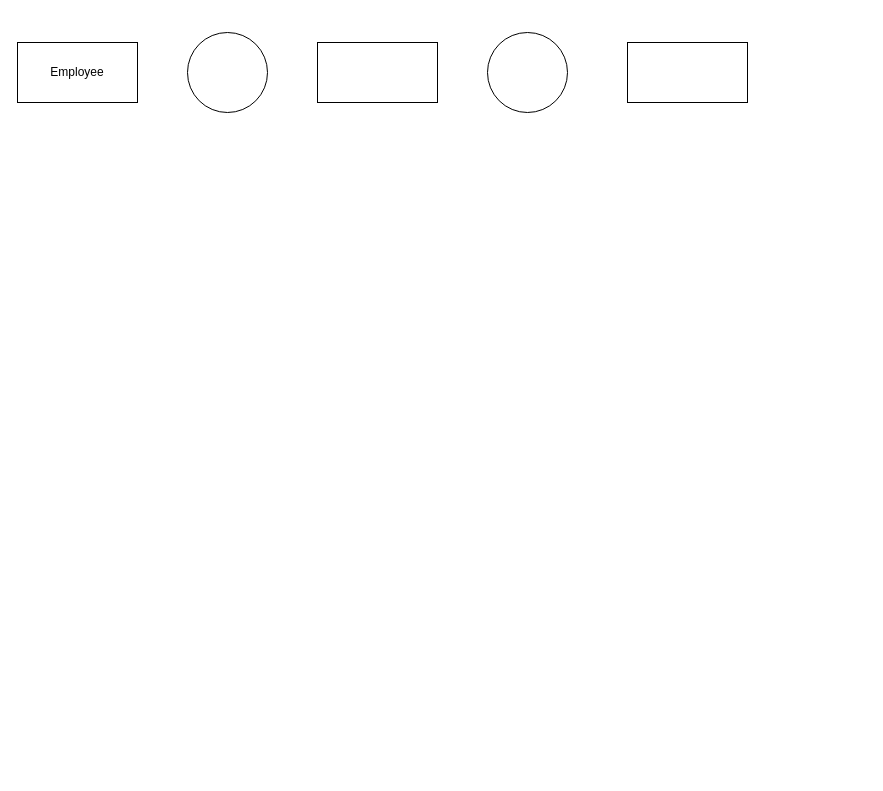
Above: DFD medical.drawio in jezreelkosasih/diagram (draw.io), before the change. Source tidied: cells renumbered, new cells numbered last; positions are measured from the earlier drawing's top-left corner, leaving out a move shared by most shapes. Both pictures are drawn from the tidied source at 100%, with x=0, y=0 at pixel (17, 32).
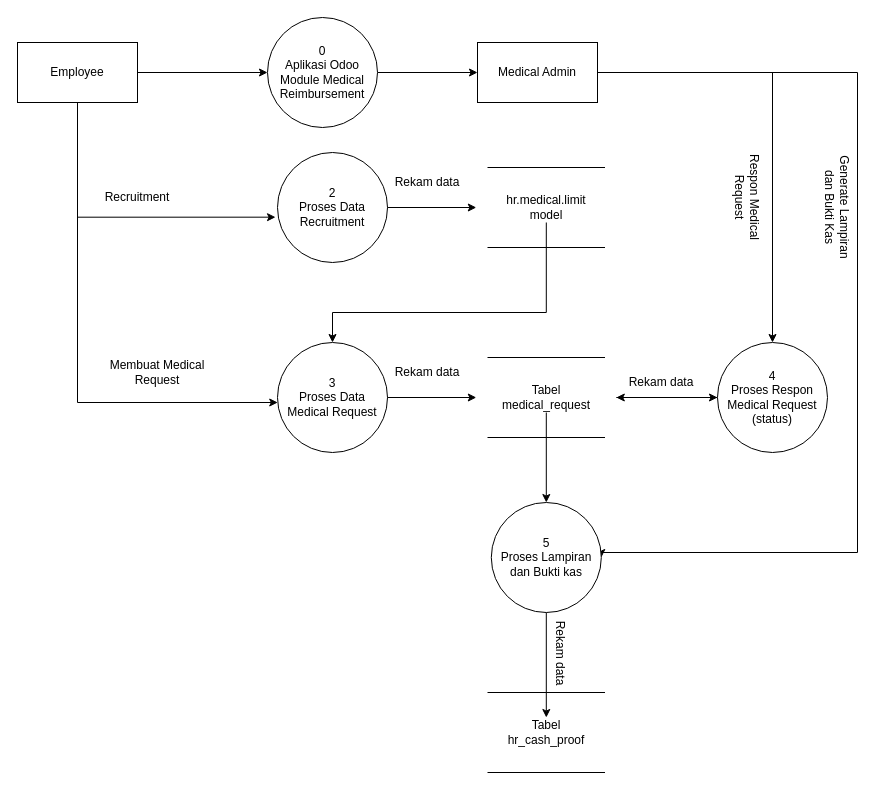
The same page after the edit.

The change refers to these unchanged cells:
```xml
<mxCell id="2" value="Employee" style="rounded=0;whiteSpace=wrap;html=1;" parent="1" vertex="1">
  <mxGeometry y="10" width="120" height="60" as="geometry" />
</mxCell>
```

Change to the diagram source:
```diff
@@
+    <mxCell id="7" style="edgeStyle=orthogonalEdgeStyle;rounded=0;jettySize=auto;html=1;" parent="1" edge="1" source="2" target="3">
+      <mxGeometry relative="1" as="geometry" />
+    </mxCell>
+    <mxCell id="8" style="edgeStyle=orthogonalEdgeStyle;rounded=0;jettySize=auto;html=1;entryX=-0.018;entryY=0.588;entryDx=0;entryDy=0;entryPerimeter=0;" parent="1" edge="1" source="2" target="13">
+      <mxGeometry relative="1" as="geometry">
+        <Array as="points">
+          <mxPoint x="60" y="185" />
+        </Array>
+      </mxGeometry>
+    </mxCell>
@@
+    <mxCell id="9" style="edgeStyle=orthogonalEdgeStyle;rounded=0;jettySize=auto;html=1;" parent="1" edge="1" source="3" target="4">
+      <mxGeometry relative="1" as="geometry" />
+    </mxCell>
-    <mxCell id="3" style="ellipse;whiteSpace=wrap;html=1;" parent="1" vertex="1">
-      <mxGeometry x="170" width="80" height="80" as="geometry" />
+    <mxCell id="3" value="0&lt;br&gt;Aplikasi Odoo Module Medical Reimbursement" style="ellipse;whiteSpace=wrap;html=1;" parent="1" vertex="1">
+      <mxGeometry x="250" y="-15" width="110" height="110" as="geometry" />
     </mxCell>
+    <mxCell id="10" style="edgeStyle=orthogonalEdgeStyle;rounded=0;jettySize=auto;html=1;" parent="1" edge="1" source="4" target="32">
+      <mxGeometry relative="1" as="geometry" />
+    </mxCell>
+    <mxCell id="11" style="edgeStyle=orthogonalEdgeStyle;rounded=0;jettySize=auto;html=1;entryX=1;entryY=0.5;entryDx=0;entryDy=0;" parent="1" edge="1" source="4" target="36">
+      <mxGeometry relative="1" as="geometry">
+        <Array as="points">
+          <mxPoint x="840" y="40" />
+          <mxPoint x="840" y="520" />
+          <mxPoint x="584" y="520" />
+        </Array>
+      </mxGeometry>
+    </mxCell>
-    <mxCell id="4" style="rounded=0;whiteSpace=wrap;html=1;" parent="1" vertex="1">
-      <mxGeometry x="300" y="10" width="120" height="60" as="geometry" />
+    <mxCell id="4" value="Medical Admin" style="rounded=0;whiteSpace=wrap;html=1;" parent="1" vertex="1">
+      <mxGeometry x="460" y="10" width="120" height="60" as="geometry" />
     </mxCell>
-    <mxCell id="5" style="ellipse;whiteSpace=wrap;html=1;" parent="1" vertex="1">
-      <mxGeometry x="470" width="80" height="80" as="geometry" />
-    </mxCell>
-    <mxCell id="6" style="rounded=0;whiteSpace=wrap;html=1;" parent="1" vertex="1">
-      <mxGeometry x="610" y="10" width="120" height="60" as="geometry" />
-    </mxCell>
+    <mxCell id="12" style="group;" parent="1" vertex="1">
+      <mxGeometry x="10" y="120" width="588.8" height="110" as="geometry" />
+    </mxCell>
+    <mxCell id="13" value="2&lt;br&gt;Proses Data Recruitment" style="ellipse;whiteSpace=wrap;html=1;" parent="12" vertex="1">
+      <mxGeometry x="250" width="110" height="110" as="geometry" />
+    </mxCell>
+    <mxCell id="14" style="group;" parent="12" vertex="1">
+      <mxGeometry x="460" y="15" width="128.8" height="80" as="geometry" />
+    </mxCell>
+    <mxCell id="15" style="endArrow=none;html=1;rounded=0;" parent="14" edge="1">
+      <mxGeometry relative="1" as="geometry">
+        <mxPoint as="sourcePoint" />
+        <mxPoint x="117.5" as="targetPoint" />
+      </mxGeometry>
+    </mxCell>
+    <mxCell id="16" style="endArrow=none;html=1;rounded=0;" parent="14" edge="1">
+      <mxGeometry relative="1" as="geometry">
+        <mxPoint y="80" as="sourcePoint" />
+        <mxPoint x="117.5" y="80" as="targetPoint" />
+      </mxGeometry>
+    </mxCell>
+    <mxCell id="17" value="hr.medical.limit&lt;br&gt;model" style="text;html=1;strokeColor=none;fillColor=none;align=center;verticalAlign=middle;whiteSpace=wrap;rounded=0;" parent="14" vertex="1">
+      <mxGeometry x="-11.2" y="25" width="140" height="30" as="geometry" />
+    </mxCell>
+    <mxCell id="18" style="edgeStyle=orthogonalEdgeStyle;rounded=0;jettySize=auto;html=1;entryX=0;entryY=0.5;entryDx=0;entryDy=0;" parent="12" edge="1" source="13" target="17">
+      <mxGeometry relative="1" as="geometry" />
+    </mxCell>
+    <mxCell id="19" value="Rekam data" style="text;html=1;strokeColor=none;fillColor=none;align=center;verticalAlign=middle;whiteSpace=wrap;rounded=0;" parent="12" vertex="1">
+      <mxGeometry x="340" y="15" width="120" height="30" as="geometry" />
+    </mxCell>
+    <mxCell id="20" value="Recruitment" style="text;html=1;strokeColor=none;fillColor=none;align=center;verticalAlign=middle;whiteSpace=wrap;rounded=0;" parent="12" vertex="1">
+      <mxGeometry x="80" y="30" width="60" height="30" as="geometry" />
+    </mxCell>
+    <mxCell id="21" value="3&lt;br&gt;Proses Data Medical Request" style="ellipse;whiteSpace=wrap;html=1;" parent="1" vertex="1">
+      <mxGeometry x="260" y="310" width="110" height="110" as="geometry" />
+    </mxCell>
+    <mxCell id="22" style="edgeStyle=orthogonalEdgeStyle;rounded=0;jettySize=auto;html=1;" parent="1" edge="1" target="21">
+      <mxGeometry relative="1" as="geometry">
+        <mxPoint x="60" y="80" as="sourcePoint" />
+        <Array as="points">
+          <mxPoint x="60" y="370" />
+        </Array>
+      </mxGeometry>
+    </mxCell>
+    <mxCell id="23" style="group;" parent="1" vertex="1">
+      <mxGeometry x="470" y="325" width="128.8" height="80" as="geometry" />
+    </mxCell>
+    <mxCell id="24" style="endArrow=none;html=1;rounded=0;" parent="23" edge="1">
+      <mxGeometry relative="1" as="geometry">
+        <mxPoint as="sourcePoint" />
+        <mxPoint x="117.5" as="targetPoint" />
+      </mxGeometry>
+    </mxCell>
+    <mxCell id="25" style="endArrow=none;html=1;rounded=0;" parent="23" edge="1">
+      <mxGeometry relative="1" as="geometry">
+        <mxPoint y="80" as="sourcePoint" />
+        <mxPoint x="117.5" y="80" as="targetPoint" />
+      </mxGeometry>
+    </mxCell>
+    <mxCell id="26" value="Tabel &lt;br&gt;medical_request" style="text;html=1;strokeColor=none;fillColor=none;align=center;verticalAlign=middle;whiteSpace=wrap;rounded=0;" parent="23" vertex="1">
+      <mxGeometry x="-11.2" y="25" width="140" height="30" as="geometry" />
+    </mxCell>
+    <mxCell id="27" style="edgeStyle=orthogonalEdgeStyle;rounded=0;jettySize=auto;html=1;entryX=0;entryY=0.5;entryDx=0;entryDy=0;" parent="1" edge="1" source="21" target="26">
+      <mxGeometry relative="1" as="geometry" />
+    </mxCell>
+    <mxCell id="28" value="Membuat Medical Request" style="text;html=1;strokeColor=none;fillColor=none;align=center;verticalAlign=middle;whiteSpace=wrap;rounded=0;" parent="1" vertex="1">
+      <mxGeometry x="80" y="325" width="120" height="30" as="geometry" />
+    </mxCell>
+    <mxCell id="29" value="Rekam data" style="text;html=1;strokeColor=none;fillColor=none;align=center;verticalAlign=middle;whiteSpace=wrap;rounded=0;" parent="1" vertex="1">
+      <mxGeometry x="350" y="325" width="120" height="30" as="geometry" />
+    </mxCell>
+    <mxCell id="30" style="edgeStyle=orthogonalEdgeStyle;rounded=0;jettySize=auto;html=1;entryX=0.5;entryY=0;entryDx=0;entryDy=0;" parent="1" edge="1" source="17" target="21">
+      <mxGeometry relative="1" as="geometry">
+        <Array as="points">
+          <mxPoint x="529" y="280" />
+          <mxPoint x="315" y="280" />
+        </Array>
+      </mxGeometry>
+    </mxCell>
+    <mxCell id="31" style="edgeStyle=orthogonalEdgeStyle;rounded=0;jettySize=auto;html=1;entryX=1;entryY=0.5;entryDx=0;entryDy=0;" parent="1" edge="1" source="32" target="26">
+      <mxGeometry relative="1" as="geometry" />
+    </mxCell>
+    <mxCell id="32" value="4&lt;br&gt;Proses Respon Medical Request&lt;br&gt;(status)" style="ellipse;whiteSpace=wrap;html=1;" parent="1" vertex="1">
+      <mxGeometry x="700" y="310" width="110" height="110" as="geometry" />
+    </mxCell>
+    <mxCell id="33" style="edgeStyle=orthogonalEdgeStyle;rounded=0;jettySize=auto;html=1;entryX=0;entryY=0.5;entryDx=0;entryDy=0;" parent="1" edge="1" source="26" target="32">
+      <mxGeometry relative="1" as="geometry" />
+    </mxCell>
+    <mxCell id="34" value="Respon Medical Request" style="text;html=1;strokeColor=none;fillColor=none;align=center;verticalAlign=middle;whiteSpace=wrap;rounded=0;rotation=90;" parent="1" vertex="1">
+      <mxGeometry x="670" y="150" width="120" height="30" as="geometry" />
+    </mxCell>
+    <mxCell id="35" style="edgeStyle=orthogonalEdgeStyle;rounded=0;jettySize=auto;html=1;" parent="1" edge="1" source="36" target="43">
+      <mxGeometry relative="1" as="geometry" />
+    </mxCell>
+    <mxCell id="36" value="5&lt;br&gt;Proses Lampiran dan Bukti kas" style="ellipse;whiteSpace=wrap;html=1;" parent="1" vertex="1">
+      <mxGeometry x="473.8" y="470" width="110" height="110" as="geometry" />
+    </mxCell>
+    <mxCell id="37" style="edgeStyle=orthogonalEdgeStyle;rounded=0;jettySize=auto;html=1;entryX=0.5;entryY=0;entryDx=0;entryDy=0;" parent="1" edge="1" source="26" target="36">
+      <mxGeometry relative="1" as="geometry" />
+    </mxCell>
+    <mxCell id="38" value="Rekam data" style="text;html=1;strokeColor=none;fillColor=none;align=center;verticalAlign=middle;whiteSpace=wrap;rounded=0;" parent="1" vertex="1">
+      <mxGeometry x="583.8" y="335" width="120" height="30" as="geometry" />
+    </mxCell>
+    <mxCell id="39" value="Generate Lampiran dan Bukti Kas" style="text;html=1;strokeColor=none;fillColor=none;align=center;verticalAlign=middle;whiteSpace=wrap;rounded=0;rotation=90;" parent="1" vertex="1">
+      <mxGeometry x="760" y="160" width="120" height="30" as="geometry" />
+    </mxCell>
+    <mxCell id="40" style="group;" parent="1" vertex="1">
+      <mxGeometry x="470" y="660" width="128.8" height="80" as="geometry" />
+    </mxCell>
+    <mxCell id="41" style="endArrow=none;html=1;rounded=0;" parent="40" edge="1">
+      <mxGeometry relative="1" as="geometry">
+        <mxPoint as="sourcePoint" />
+        <mxPoint x="117.5" as="targetPoint" />
+      </mxGeometry>
+    </mxCell>
+    <mxCell id="42" style="endArrow=none;html=1;rounded=0;" parent="40" edge="1">
+      <mxGeometry relative="1" as="geometry">
+        <mxPoint y="80" as="sourcePoint" />
+        <mxPoint x="117.5" y="80" as="targetPoint" />
+      </mxGeometry>
+    </mxCell>
+    <mxCell id="43" value="Tabel &lt;br&gt;hr_cash_proof" style="text;html=1;strokeColor=none;fillColor=none;align=center;verticalAlign=middle;whiteSpace=wrap;rounded=0;" parent="40" vertex="1">
+      <mxGeometry x="-11.2" y="25" width="140" height="30" as="geometry" />
+    </mxCell>
+    <mxCell id="44" value="Rekam data" style="text;html=1;strokeColor=none;fillColor=none;align=center;verticalAlign=middle;whiteSpace=wrap;rounded=0;rotation=90;" parent="1" vertex="1">
+      <mxGeometry x="483" y="606" width="120" height="30" as="geometry" />
+    </mxCell>
```
